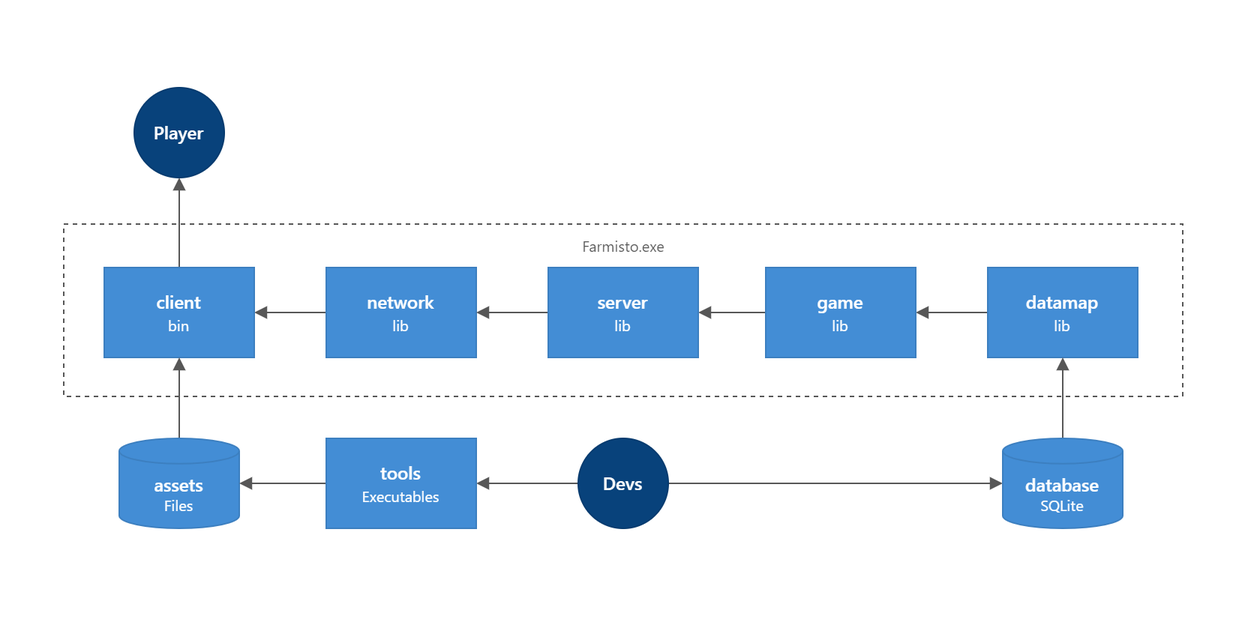
Earlier version of the draw.io export .readme/diagrams/project.png (lebedec/farmisto). Source tidied: cells renumbered, new cells last; positions are measured from the earlier drawing's top-left corner, leaving out a move shared by most shapes. Source of this version:
```xml
<mxGraphModel>
  <root>
    <mxCell id="0" />
    <mxCell id="1" parent="0" />
    <mxCell id="2" style="rounded=0;whiteSpace=wrap;html=1;fontFamily=segoe ui;fontSource=https%3A%2F%2Ffonts.googleapis.com%2Fcss%3Ffamily%3Dsegoe%2Bui;fontSize=10;dashed=1;strokeWidth=1;perimeterSpacing=0;fillColor=none;strokeColor=#575757;" parent="1" vertex="1">
      <mxGeometry y="91" width="746" height="115" as="geometry" />
    </mxCell>
    <mxCell id="3" style="edgeStyle=orthogonalEdgeStyle;shape=connector;rounded=0;jettySize=auto;html=1;exitX=0;exitY=0.5;exitDx=0;exitDy=0;entryX=1;entryY=0.5;entryDx=0;entryDy=0;labelBackgroundColor=default;strokeColor=#575757;strokeWidth=1;fontFamily=segoe ui semibold;fontSource=https%3A%2F%2Ffonts.googleapis.com%2Fcss%3Ffamily%3Dsegoe%2Bui%2Bsemibold;fontSize=10;fontColor=#FFFFFF;endArrow=block;endFill=1;" parent="1" edge="1" source="4" target="18">
      <mxGeometry relative="1" as="geometry" />
    </mxCell>
    <mxCell id="4" value="&lt;p style=&quot;line-height: 1.4;&quot;&gt;&lt;font face=&quot;segoe ui semibold&quot; style=&quot;font-size: 12px;&quot;&gt;datamap&lt;/font&gt;&lt;br&gt;&lt;font style=&quot;font-size: 10px;&quot;&gt;lib&lt;/font&gt;&lt;/p&gt;" style="rounded=0;whiteSpace=wrap;html=1;strokeColor=#3c7fc0;fontFamily=segoe ui;fontSize=10;fontColor=#ffffff;fillColor=#438dd5;fontSource=https%3A%2F%2Ffonts.googleapis.com%2Fcss%3Ffamily%3Dsegoe%2Bui;" parent="1" vertex="1">
      <mxGeometry x="616" y="120" width="100" height="60" as="geometry" />
    </mxCell>
    <mxCell id="5" style="edgeStyle=orthogonalEdgeStyle;shape=connector;rounded=0;jettySize=auto;html=1;exitX=0;exitY=0.5;exitDx=0;exitDy=0;labelBackgroundColor=default;strokeColor=#575757;strokeWidth=1;fontFamily=segoe ui semibold;fontSource=https%3A%2F%2Ffonts.googleapis.com%2Fcss%3Ffamily%3Dsegoe%2Bui%2Bsemibold;fontSize=10;fontColor=#FFFFFF;endArrow=block;endFill=1;" parent="1" edge="1" source="6" target="8">
      <mxGeometry relative="1" as="geometry" />
    </mxCell>
    <mxCell id="6" value="&lt;p style=&quot;line-height: 1.4;&quot;&gt;&lt;font face=&quot;segoe ui semibold&quot; style=&quot;font-size: 12px;&quot;&gt;network&lt;/font&gt;&lt;br&gt;&lt;font style=&quot;font-size: 10px;&quot;&gt;lib&lt;/font&gt;&lt;/p&gt;" style="rounded=0;whiteSpace=wrap;html=1;strokeColor=#3c7fc0;fontFamily=segoe ui;fontSize=10;fontColor=#ffffff;fillColor=#438dd5;fontSource=https%3A%2F%2Ffonts.googleapis.com%2Fcss%3Ffamily%3Dsegoe%2Bui;" parent="1" vertex="1">
      <mxGeometry x="175" y="120" width="100" height="60" as="geometry" />
    </mxCell>
    <mxCell id="7" style="edgeStyle=orthogonalEdgeStyle;shape=connector;rounded=0;jettySize=auto;html=1;exitX=0.5;exitY=0;exitDx=0;exitDy=0;entryX=0.5;entryY=1;entryDx=0;entryDy=0;labelBackgroundColor=default;strokeColor=#575757;strokeWidth=1;fontFamily=segoe ui semibold;fontSource=https%3A%2F%2Ffonts.googleapis.com%2Fcss%3Ffamily%3Dsegoe%2Bui%2Bsemibold;fontSize=10;fontColor=#FFFFFF;endArrow=block;endFill=1;" parent="1" edge="1" source="8" target="9">
      <mxGeometry relative="1" as="geometry" />
    </mxCell>
    <mxCell id="8" value="&lt;p style=&quot;line-height: 1.4;&quot;&gt;&lt;font face=&quot;segoe ui semibold&quot; style=&quot;font-size: 12px;&quot;&gt;client&lt;/font&gt;&lt;br&gt;&lt;font style=&quot;font-size: 10px;&quot;&gt;bin&lt;/font&gt;&lt;/p&gt;" style="rounded=0;whiteSpace=wrap;html=1;strokeColor=#3c7fc0;fontFamily=segoe ui;fontSize=10;fontColor=#ffffff;fillColor=#438dd5;fontSource=https%3A%2F%2Ffonts.googleapis.com%2Fcss%3Ffamily%3Dsegoe%2Bui;" parent="1" vertex="1">
      <mxGeometry x="27" y="120" width="100" height="60" as="geometry" />
    </mxCell>
    <mxCell id="9" value="&lt;font face=&quot;segoe ui semibold&quot;&gt;&lt;font size=&quot;1&quot; style=&quot;&quot;&gt;&lt;b style=&quot;font-size: 12px;&quot;&gt;Player&lt;/b&gt;&lt;/font&gt;&lt;/font&gt;" style="ellipse;whiteSpace=wrap;html=1;strokeColor=#073b6f;fontFamily=segoe ui;fontSize=12;fillColor=#08427b;fontColor=#ffffff;fontSource=https%3A%2F%2Ffonts.googleapis.com%2Fcss%3Ffamily%3Dsegoe%2Bui;" parent="1" vertex="1">
      <mxGeometry x="47" width="60" height="60" as="geometry" />
    </mxCell>
    <mxCell id="10" style="edgeStyle=orthogonalEdgeStyle;shape=connector;rounded=0;jettySize=auto;html=1;exitX=1;exitY=0.5;exitDx=0;exitDy=0;entryX=0;entryY=0.5;entryDx=0;entryDy=0;entryPerimeter=0;labelBackgroundColor=default;strokeColor=#575757;strokeWidth=1;fontFamily=segoe ui semibold;fontSource=https%3A%2F%2Ffonts.googleapis.com%2Fcss%3Ffamily%3Dsegoe%2Bui%2Bsemibold;fontSize=10;fontColor=#FFFFFF;endArrow=block;endFill=1;" parent="1" edge="1" source="12" target="14">
      <mxGeometry relative="1" as="geometry" />
    </mxCell>
    <mxCell id="11" style="edgeStyle=orthogonalEdgeStyle;shape=connector;rounded=0;jettySize=auto;html=1;entryX=1;entryY=0.5;entryDx=0;entryDy=0;labelBackgroundColor=default;strokeColor=#575757;strokeWidth=1;fontFamily=segoe ui semibold;fontSource=https%3A%2F%2Ffonts.googleapis.com%2Fcss%3Ffamily%3Dsegoe%2Bui%2Bsemibold;fontSize=10;fontColor=#FFFFFF;endArrow=block;endFill=1;" parent="1" edge="1" source="12" target="23">
      <mxGeometry relative="1" as="geometry" />
    </mxCell>
    <mxCell id="12" value="&lt;font face=&quot;segoe ui semibold&quot;&gt;&lt;font size=&quot;1&quot; style=&quot;&quot;&gt;&lt;b style=&quot;font-size: 12px;&quot;&gt;Devs&lt;br&gt;&lt;/b&gt;&lt;/font&gt;&lt;/font&gt;" style="ellipse;whiteSpace=wrap;html=1;strokeColor=#073b6f;fontFamily=segoe ui;fontSize=12;fillColor=#08427b;fontColor=#ffffff;fontSource=https%3A%2F%2Ffonts.googleapis.com%2Fcss%3Ffamily%3Dsegoe%2Bui;" parent="1" vertex="1">
      <mxGeometry x="343" y="234" width="60" height="60" as="geometry" />
    </mxCell>
    <mxCell id="13" style="edgeStyle=orthogonalEdgeStyle;shape=connector;rounded=0;jettySize=auto;html=1;exitX=0.5;exitY=0;exitDx=0;exitDy=0;exitPerimeter=0;labelBackgroundColor=default;strokeColor=#575757;strokeWidth=1;fontFamily=segoe ui semibold;fontSource=https%3A%2F%2Ffonts.googleapis.com%2Fcss%3Ffamily%3Dsegoe%2Bui%2Bsemibold;fontSize=10;fontColor=#FFFFFF;endArrow=block;endFill=1;" parent="1" edge="1" source="14" target="4">
      <mxGeometry relative="1" as="geometry" />
    </mxCell>
    <mxCell id="14" value="&lt;font style=&quot;&quot;&gt;&lt;font face=&quot;segoe ui semibold&quot; style=&quot;font-size: 12px;&quot;&gt;database&lt;/font&gt;&lt;br&gt;&lt;font style=&quot;&quot;&gt;&lt;font style=&quot;font-size: 10px;&quot;&gt;SQLite&lt;/font&gt;&lt;br&gt;&lt;/font&gt;&lt;/font&gt;" style="shape=cylinder3;whiteSpace=wrap;html=1;boundedLbl=1;backgroundOutline=1;size=8.44827586206901;strokeColor=#3c7fc0;fontFamily=segoe ui;fontSource=https%3A%2F%2Ffonts.googleapis.com%2Fcss%3Ffamily%3Dsegoe%2Bui;fontSize=10;fontColor=#ffffff;fillColor=#438dd5;" parent="1" vertex="1">
      <mxGeometry x="626" y="234" width="80" height="60" as="geometry" />
    </mxCell>
    <mxCell id="15" style="edgeStyle=orthogonalEdgeStyle;shape=connector;rounded=0;jettySize=auto;html=1;exitX=0.5;exitY=0;exitDx=0;exitDy=0;exitPerimeter=0;labelBackgroundColor=default;strokeColor=#575757;strokeWidth=1;fontFamily=segoe ui semibold;fontSource=https%3A%2F%2Ffonts.googleapis.com%2Fcss%3Ffamily%3Dsegoe%2Bui%2Bsemibold;fontSize=10;fontColor=#FFFFFF;endArrow=block;endFill=1;" parent="1" edge="1" source="16" target="8">
      <mxGeometry relative="1" as="geometry" />
    </mxCell>
    <mxCell id="16" value="&lt;font style=&quot;&quot;&gt;&lt;font face=&quot;segoe ui semibold&quot;&gt;&lt;span style=&quot;font-size: 12px;&quot;&gt;assets&lt;/span&gt;&lt;/font&gt;&lt;br&gt;&lt;font style=&quot;&quot;&gt;&lt;font style=&quot;font-size: 10px;&quot;&gt;Files&lt;/font&gt;&lt;br&gt;&lt;/font&gt;&lt;/font&gt;" style="shape=cylinder3;whiteSpace=wrap;html=1;boundedLbl=1;backgroundOutline=1;size=8.44827586206901;strokeColor=#3c7fc0;fontFamily=segoe ui;fontSource=https%3A%2F%2Ffonts.googleapis.com%2Fcss%3Ffamily%3Dsegoe%2Bui;fontSize=10;fontColor=#ffffff;fillColor=#438dd5;" parent="1" vertex="1">
      <mxGeometry x="37" y="234" width="80" height="60" as="geometry" />
    </mxCell>
    <mxCell id="17" style="edgeStyle=orthogonalEdgeStyle;shape=connector;rounded=0;jettySize=auto;html=1;exitX=0;exitY=0.5;exitDx=0;exitDy=0;labelBackgroundColor=default;strokeColor=#575757;strokeWidth=1;fontFamily=segoe ui semibold;fontSource=https%3A%2F%2Ffonts.googleapis.com%2Fcss%3Ffamily%3Dsegoe%2Bui%2Bsemibold;fontSize=10;fontColor=#FFFFFF;endArrow=block;endFill=1;" parent="1" edge="1" source="18" target="21">
      <mxGeometry relative="1" as="geometry" />
    </mxCell>
    <mxCell id="18" value="&lt;p style=&quot;line-height: 1.4;&quot;&gt;&lt;font face=&quot;segoe ui semibold&quot; style=&quot;font-size: 12px;&quot;&gt;game&lt;/font&gt;&lt;br&gt;&lt;font style=&quot;font-size: 10px;&quot;&gt;lib&lt;/font&gt;&lt;/p&gt;" style="rounded=0;whiteSpace=wrap;html=1;strokeColor=#3c7fc0;fontFamily=segoe ui;fontSize=10;fontColor=#ffffff;fillColor=#438dd5;fontSource=https%3A%2F%2Ffonts.googleapis.com%2Fcss%3Ffamily%3Dsegoe%2Bui;" parent="1" vertex="1">
      <mxGeometry x="468" y="120" width="100" height="60" as="geometry" />
    </mxCell>
    <mxCell id="19" value="&lt;font style=&quot;font-size: 10px;&quot;&gt;Farmisto.exe&lt;/font&gt;" style="text;html=1;strokeColor=none;fillColor=none;align=center;verticalAlign=middle;whiteSpace=wrap;rounded=0;fontFamily=segoe ui;fontSource=https%3A%2F%2Ffonts.googleapis.com%2Fcss%3Ffamily%3Dsegoe%2Bui;fontSize=12;fontColor=#575757;" parent="1" vertex="1">
      <mxGeometry x="343" y="96" width="61" height="18" as="geometry" />
    </mxCell>
    <mxCell id="20" style="edgeStyle=orthogonalEdgeStyle;shape=connector;rounded=0;jettySize=auto;html=1;exitX=0;exitY=0.5;exitDx=0;exitDy=0;entryX=1;entryY=0.5;entryDx=0;entryDy=0;labelBackgroundColor=default;strokeColor=#575757;strokeWidth=1;fontFamily=segoe ui semibold;fontSource=https%3A%2F%2Ffonts.googleapis.com%2Fcss%3Ffamily%3Dsegoe%2Bui%2Bsemibold;fontSize=10;fontColor=#FFFFFF;endArrow=block;endFill=1;" parent="1" edge="1" source="21" target="6">
      <mxGeometry relative="1" as="geometry" />
    </mxCell>
    <mxCell id="21" value="&lt;p style=&quot;line-height: 1.4;&quot;&gt;&lt;font face=&quot;segoe ui semibold&quot; style=&quot;font-size: 12px;&quot;&gt;server&lt;/font&gt;&lt;br&gt;&lt;font style=&quot;font-size: 10px;&quot;&gt;lib&lt;/font&gt;&lt;/p&gt;" style="rounded=0;whiteSpace=wrap;html=1;strokeColor=#3c7fc0;fontFamily=segoe ui;fontSize=10;fontColor=#ffffff;fillColor=#438dd5;fontSource=https%3A%2F%2Ffonts.googleapis.com%2Fcss%3Ffamily%3Dsegoe%2Bui;" parent="1" vertex="1">
      <mxGeometry x="323" y="120" width="100" height="60" as="geometry" />
    </mxCell>
    <mxCell id="22" style="edgeStyle=orthogonalEdgeStyle;shape=connector;rounded=0;jettySize=auto;html=1;exitX=0;exitY=0.5;exitDx=0;exitDy=0;entryX=1;entryY=0.5;entryDx=0;entryDy=0;entryPerimeter=0;labelBackgroundColor=default;strokeColor=#575757;strokeWidth=1;fontFamily=segoe ui semibold;fontSource=https%3A%2F%2Ffonts.googleapis.com%2Fcss%3Ffamily%3Dsegoe%2Bui%2Bsemibold;fontSize=10;fontColor=#FFFFFF;endArrow=block;endFill=1;" parent="1" edge="1" source="23" target="16">
      <mxGeometry relative="1" as="geometry" />
    </mxCell>
    <mxCell id="23" value="&lt;p style=&quot;line-height: 1.4;&quot;&gt;&lt;font face=&quot;segoe ui semibold&quot;&gt;&lt;span style=&quot;font-size: 12px;&quot;&gt;tools&lt;/span&gt;&lt;/font&gt;&lt;br&gt;&lt;font style=&quot;font-size: 10px;&quot;&gt;Executables&lt;/font&gt;&lt;/p&gt;" style="rounded=0;whiteSpace=wrap;html=1;strokeColor=#3c7fc0;fontFamily=segoe ui;fontSize=10;fontColor=#ffffff;fillColor=#438dd5;fontSource=https%3A%2F%2Ffonts.googleapis.com%2Fcss%3Ffamily%3Dsegoe%2Bui;" parent="1" vertex="1">
      <mxGeometry x="175" y="234" width="100" height="60" as="geometry" />
    </mxCell>
  </root>
</mxGraphModel>
```
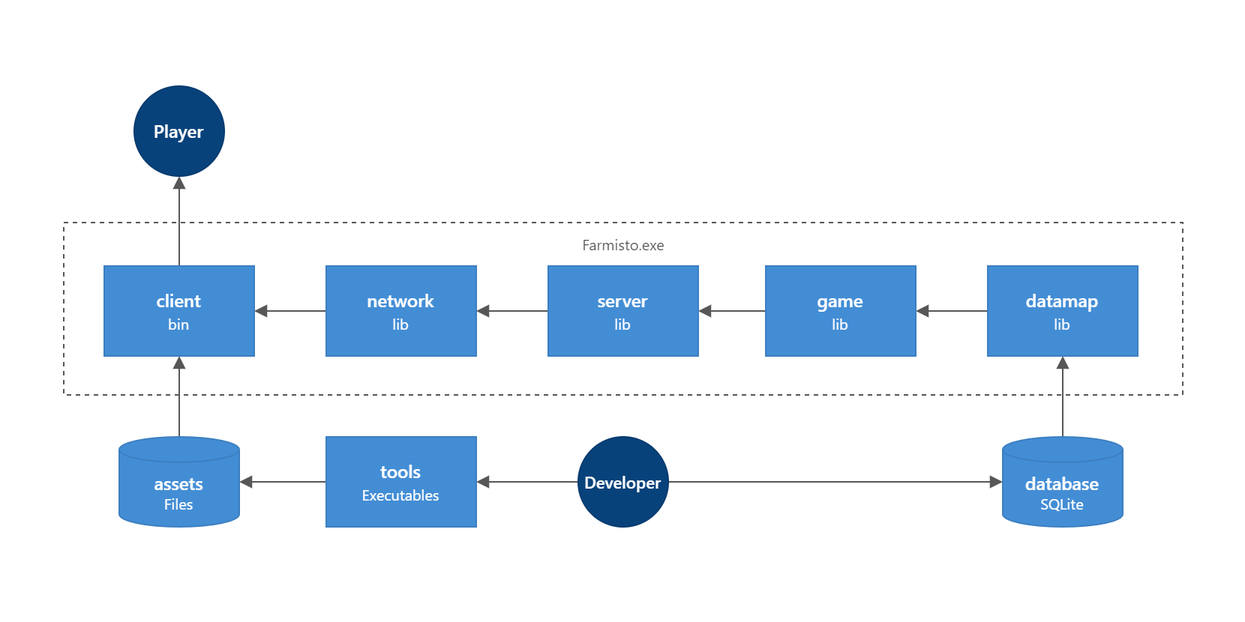
After the commit.

Change to the diagram source:
```diff
@@ -32,7 +32,7 @@
     <mxCell id="11" style="edgeStyle=orthogonalEdgeStyle;shape=connector;rounded=0;jettySize=auto;html=1;entryX=1;entryY=0.5;entryDx=0;entryDy=0;labelBackgroundColor=default;strokeColor=#575757;strokeWidth=1;fontFamily=segoe ui semibold;fontSource=https%3A%2F%2Ffonts.googleapis.com%2Fcss%3Ffamily%3Dsegoe%2Bui%2Bsemibold;fontSize=10;fontColor=#FFFFFF;endArrow=block;endFill=1;" parent="1" edge="1" source="12" target="23">
       <mxGeometry relative="1" as="geometry" />
     </mxCell>
-    <mxCell id="12" value="&lt;font face=&quot;segoe ui semibold&quot;&gt;&lt;font size=&quot;1&quot; style=&quot;&quot;&gt;&lt;b style=&quot;font-size: 12px;&quot;&gt;Devs&lt;br&gt;&lt;/b&gt;&lt;/font&gt;&lt;/font&gt;" style="ellipse;whiteSpace=wrap;html=1;strokeColor=#073b6f;fontFamily=segoe ui;fontSize=12;fillColor=#08427b;fontColor=#ffffff;fontSource=https%3A%2F%2Ffonts.googleapis.com%2Fcss%3Ffamily%3Dsegoe%2Bui;" parent="1" vertex="1">
+    <mxCell id="12" value="&lt;font face=&quot;segoe ui semibold&quot;&gt;&lt;font size=&quot;1&quot; style=&quot;&quot;&gt;&lt;b style=&quot;font-size: 11px;&quot;&gt;Developer&lt;br&gt;&lt;/b&gt;&lt;/font&gt;&lt;/font&gt;" style="ellipse;whiteSpace=wrap;html=1;strokeColor=#073b6f;fontFamily=segoe ui;fontSize=12;fillColor=#08427b;fontColor=#ffffff;fontSource=https%3A%2F%2Ffonts.googleapis.com%2Fcss%3Ffamily%3Dsegoe%2Bui;" parent="1" vertex="1">
       <mxGeometry x="343" y="234" width="60" height="60" as="geometry" />
     </mxCell>
     <mxCell id="13" style="edgeStyle=orthogonalEdgeStyle;shape=connector;rounded=0;jettySize=auto;html=1;exitX=0.5;exitY=0;exitDx=0;exitDy=0;exitPerimeter=0;labelBackgroundColor=default;strokeColor=#575757;strokeWidth=1;fontFamily=segoe ui semibold;fontSource=https%3A%2F%2Ffonts.googleapis.com%2Fcss%3Ffamily%3Dsegoe%2Bui%2Bsemibold;fontSize=10;fontColor=#FFFFFF;endArrow=block;endFill=1;" parent="1" edge="1" source="14" target="4">
```
